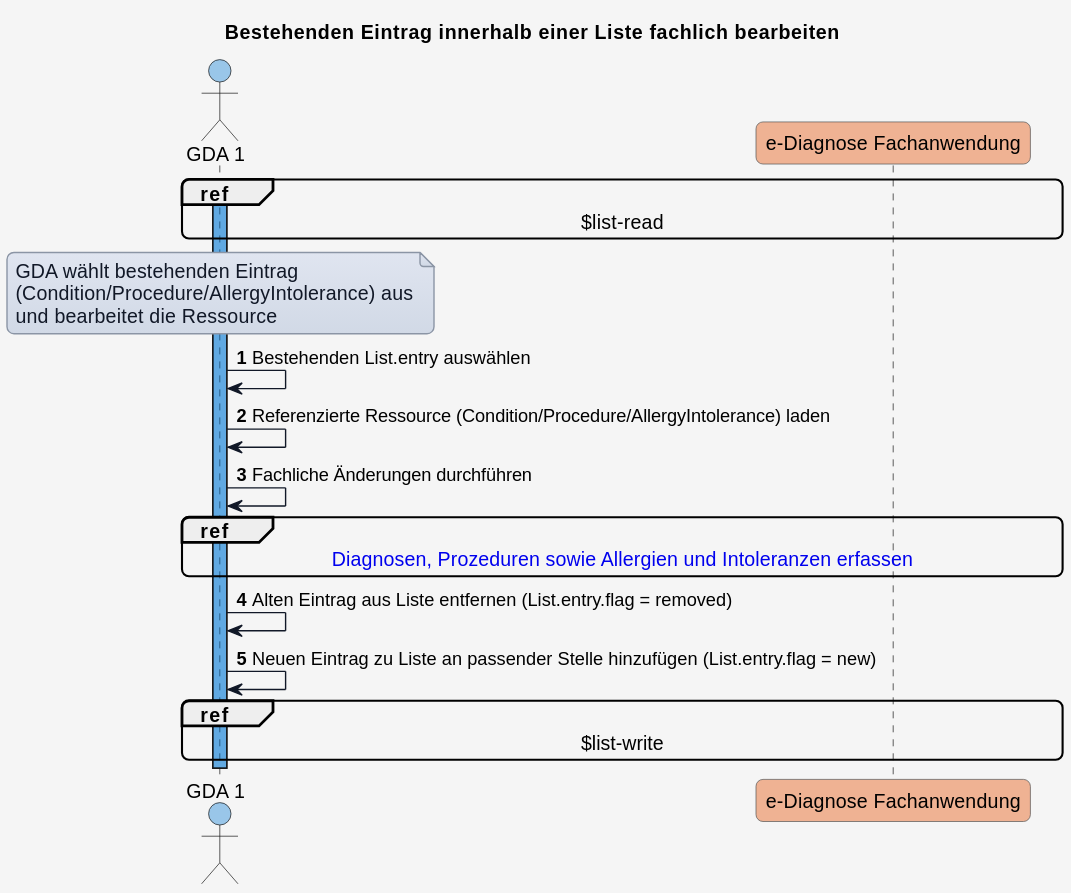
This is input/images/plantuml/02_8.svg from HL7Austria/ELGA-e-Diagnose-R4, a PlantUML export, as it was before one commit.
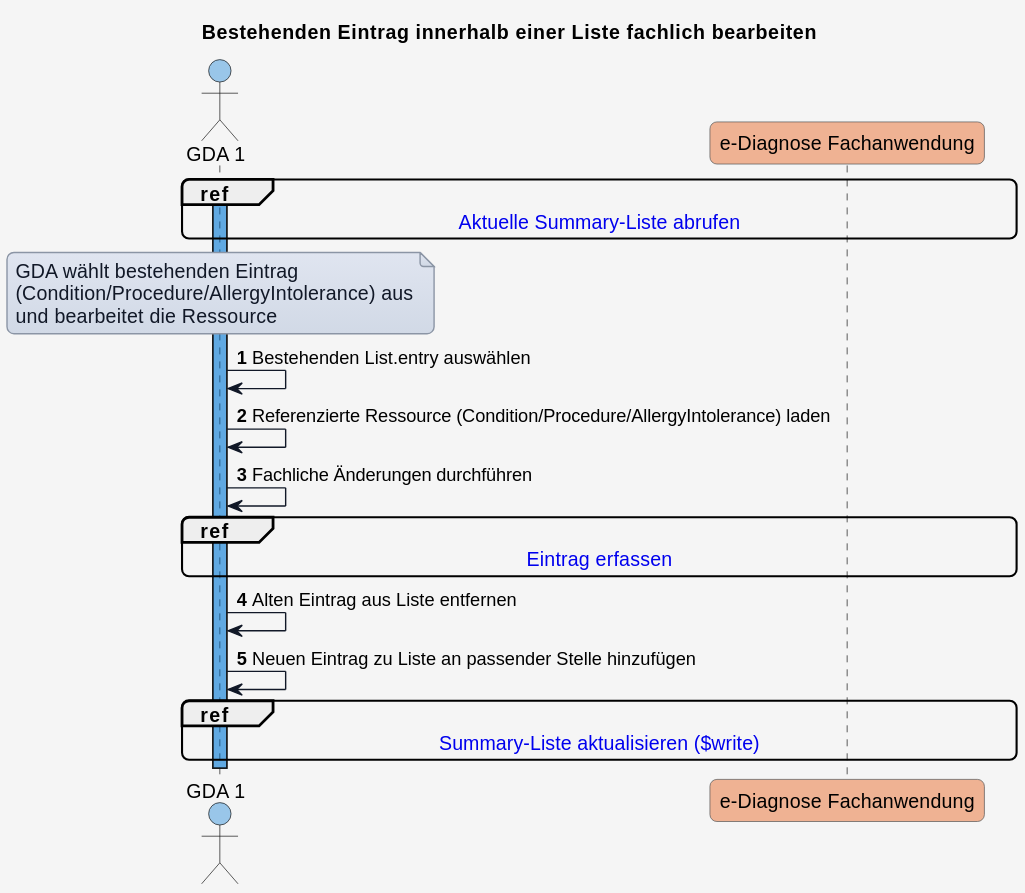
The same file after the commit.

Commit message:
Update editing of summary list entry

What changed in the source:
```diff
@@ -55,7 +55,7 @@
 
 activate GDA_1 COLOR_GDA_1
 
-ref over GDA_1, eDiag_FA : $list-read
+ref over GDA_1, eDiag_FA : [[uc_ediag_01_lesen.html#aktuelle-summary-liste-abrufen Aktuelle Summary-Liste abrufen]]
 
 note over GDA_1
   GDA wählt bestehenden Eintrag
@@ -69,11 +69,11 @@
 
 GDA_1 -> GDA_1 : Fachliche Änderungen durchführen
 
-ref over GDA_1, eDiag_FA : [[uc_ediag_02_schreiben.html#eintrag-erfassen Diagnosen, Prozeduren sowie Allergien und Intoleranzen erfassen]]
+ref over GDA_1, eDiag_FA : [[uc_ediag_02_schreiben.html#eintrag-erfassen Eintrag erfassen]]
 
-GDA_1 -> GDA_1 : Alten Eintrag aus Liste entfernen (List.entry.flag = removed)
+GDA_1 -> GDA_1 : Alten Eintrag aus Liste entfernen
 
-GDA_1 -> GDA_1 : Neuen Eintrag zu Liste an passender Stelle hinzufügen (List.entry.flag = new)
+GDA_1 -> GDA_1 : Neuen Eintrag zu Liste an passender Stelle hinzufügen
 
-ref over GDA_1, eDiag_FA : $list-write
+ref over GDA_1, eDiag_FA : [[uc_ediag_02_schreiben.html#summary-liste-aktualisieren-write Summary-Liste aktualisieren ($write)]]
 @enduml
```
